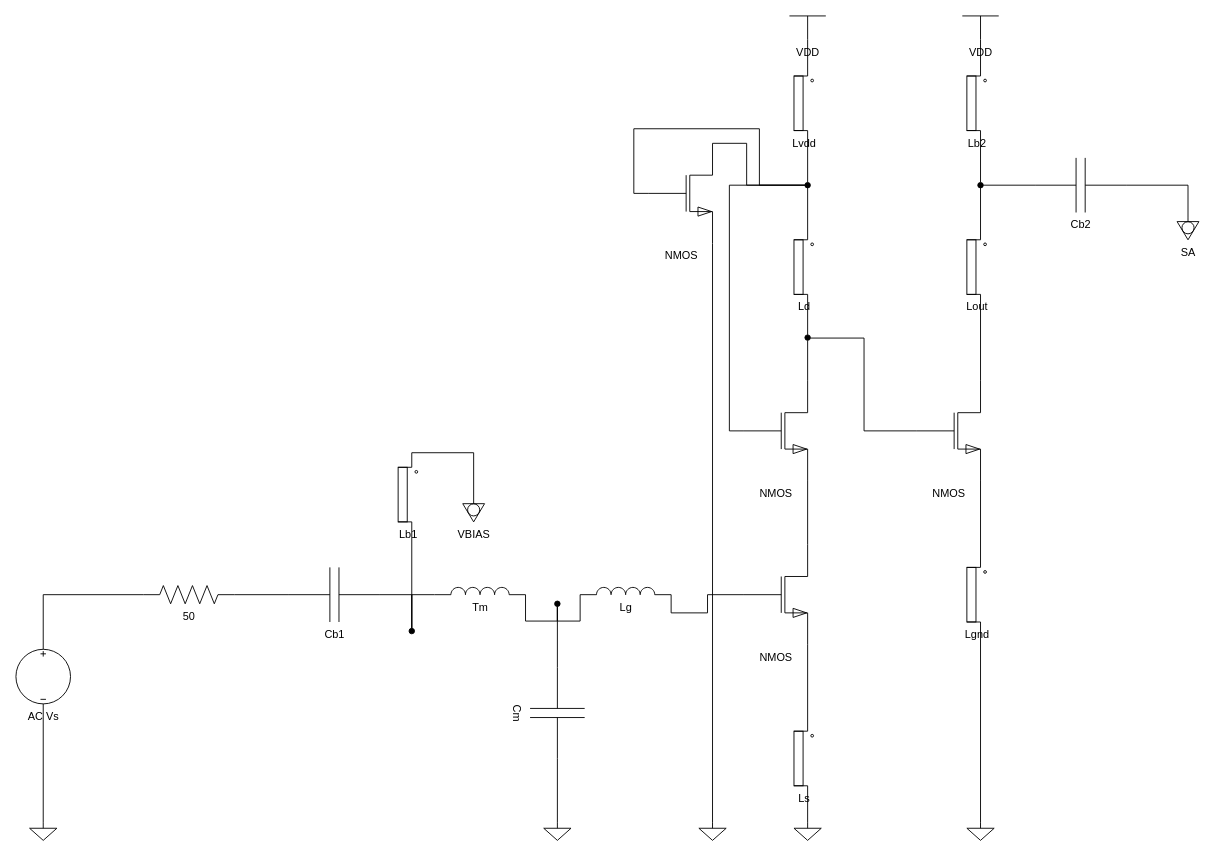
Before: api-server/training/e01-lna-complet/genere.drawio in courcirc8/drawio, a draw.io diagram. Source tidied: cells renumbered, new cells numbered last; positions are measured from the earlier drawing's top-left corner, leaving out a move shared by most shapes. Both pictures are drawn from the tidied source at 91%, with x=0, y=0 at pixel (15, 15).
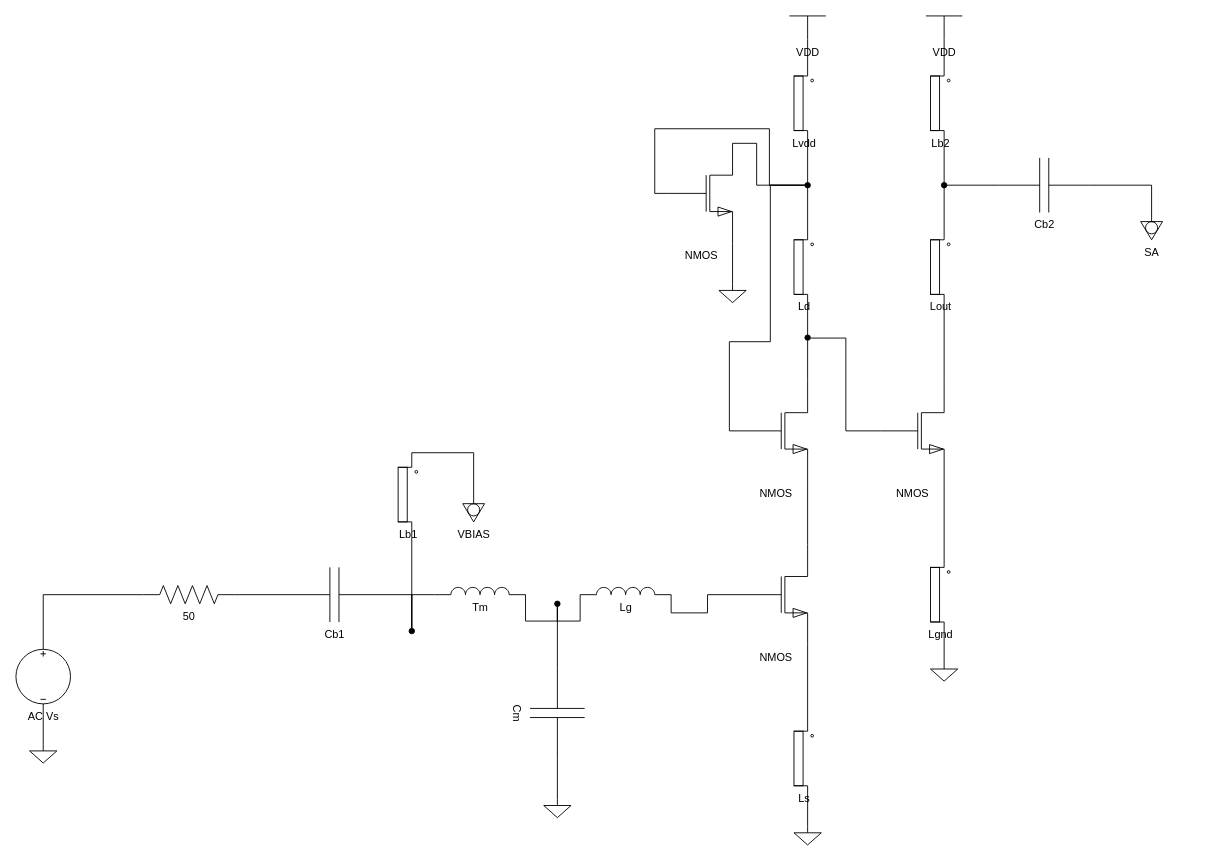
The same diagram, later.

Unchanged cells that the change refers to:
```xml
<mxCell id="4" value="NMOS" style="shape=mxgraph.electrical.transistors.nmos;html=1;verticalLabelPosition=bottom;verticalAlign=top;fillColor=none;strokeColor=default;" parent="1" vertex="1">
  <mxGeometry x="800" y="401" width="70" height="110" as="geometry" />
</mxCell>
<mxCell id="37" style="ellipse;fillColor=#000000;strokeColor=#000000;drawioApiJunction=1;" parent="1" vertex="1">
  <mxGeometry x="867" y="350.5" width="6" height="6" as="geometry" />
</mxCell>
<mxCell id="41" style="ellipse;fillColor=#000000;strokeColor=#000000;drawioApiJunction=1;" parent="1" vertex="1">
  <mxGeometry x="867" y="183" width="6" height="6" as="geometry" />
</mxCell>
```

What changed in the source:
```diff
@@
     <mxCell id="7" value="NMOS" style="shape=mxgraph.electrical.transistors.nmos;html=1;verticalLabelPosition=bottom;verticalAlign=top;fillColor=none;strokeColor=default;" parent="1" vertex="1">
-      <mxGeometry x="695.5" y="140" width="70" height="110" as="geometry" />
+      <mxGeometry x="717.5" y="140" width="70" height="110" as="geometry" />
     </mxCell>
     <mxCell id="8" value="NMOS" style="shape=mxgraph.electrical.transistors.nmos;html=1;verticalLabelPosition=bottom;verticalAlign=top;fillColor=none;strokeColor=default;" parent="1" vertex="1">
-      <mxGeometry x="990" y="401" width="70" height="110" as="geometry" />
+      <mxGeometry x="950" y="401" width="70" height="110" as="geometry" />
     </mxCell>
     <mxCell id="9" value="Lout" style="shape=mxgraph.electrical.inductors.inductor_2;html=1;verticalLabelPosition=bottom;verticalAlign=top;fillColor=none;strokeColor=default;" parent="1" vertex="1">
-      <mxGeometry x="1045" y="246" width="21.5" height="60" as="geometry" />
+      <mxGeometry x="1005" y="246" width="21.5" height="60" as="geometry" />
     </mxCell>
     <mxCell id="10" value="Lgnd" style="shape=mxgraph.electrical.inductors.inductor_2;html=1;verticalLabelPosition=bottom;verticalAlign=top;fillColor=none;strokeColor=default;" parent="1" vertex="1">
-      <mxGeometry x="1045" y="606" width="21.5" height="60" as="geometry" />
+      <mxGeometry x="1005" y="606" width="21.5" height="60" as="geometry" />
     </mxCell>
     <mxCell id="11" value="Lb2" style="shape=mxgraph.electrical.inductors.inductor_2;html=1;verticalLabelPosition=bottom;verticalAlign=top;fillColor=none;strokeColor=default;" parent="1" vertex="1">
-      <mxGeometry x="1045" y="66" width="21.5" height="60" as="geometry" />
+      <mxGeometry x="1005" y="66" width="21.5" height="60" as="geometry" />
     </mxCell>
@@
     <mxCell id="19" value="Cb2" style="shape=mxgraph.electrical.capacitors.capacitor_1;html=1;verticalLabelPosition=bottom;verticalAlign=top;fillColor=none;strokeColor=default;" parent="1" vertex="1">
-      <mxGeometry x="1120" y="156" width="100" height="60" as="geometry" />
+      <mxGeometry x="1080" y="156" width="100" height="60" as="geometry" />
     </mxCell>
     <mxCell id="20" style="shape=mxgraph.electrical.signal_sources.signal_ground;html=1;verticalLabelPosition=bottom;verticalAlign=top;fillColor=none;strokeColor=default;" parent="1" vertex="1">
-      <mxGeometry x="855" y="886" width="30" height="20" as="geometry" />
+      <mxGeometry x="855" y="891" width="30" height="20" as="geometry" />
     </mxCell>
@@
     <mxCell id="22" style="shape=mxgraph.electrical.signal_sources.signal_ground;html=1;verticalLabelPosition=bottom;verticalAlign=top;fillColor=none;strokeColor=default;" parent="1" vertex="1">
-      <mxGeometry x="750.5" y="886" width="30" height="20" as="geometry" />
+      <mxGeometry x="772.5" y="295" width="30" height="20" as="geometry" />
     </mxCell>
@@
     <mxCell id="24" style="shape=mxgraph.electrical.signal_sources.signal_ground;html=1;verticalLabelPosition=bottom;verticalAlign=top;fillColor=none;strokeColor=default;" parent="1" vertex="1">
-      <mxGeometry x="1045" y="886" width="30" height="20" as="geometry" />
+      <mxGeometry x="1005" y="711" width="30" height="20" as="geometry" />
     </mxCell>
@@
     <mxCell id="26" style="shape=mxgraph.electrical.signal_sources.signal_ground;html=1;verticalLabelPosition=bottom;verticalAlign=top;fillColor=none;strokeColor=default;" parent="1" vertex="1">
-      <mxGeometry x="580" y="886" width="30" height="20" as="geometry" />
+      <mxGeometry x="580" y="861" width="30" height="20" as="geometry" />
     </mxCell>
@@
     <mxCell id="28" style="shape=mxgraph.electrical.signal_sources.signal_ground;html=1;verticalLabelPosition=bottom;verticalAlign=top;fillColor=none;strokeColor=default;" parent="1" vertex="1">
-      <mxGeometry x="15" y="886" width="30" height="20" as="geometry" />
+      <mxGeometry x="15" y="801" width="30" height="20" as="geometry" />
     </mxCell>
@@
     <mxCell id="32" value="VDD" style="shape=mxgraph.electrical.signal_sources.vss2;html=1;verticalLabelPosition=bottom;verticalAlign=top;fillColor=none;strokeColor=default;" parent="1" vertex="1">
-      <mxGeometry x="1040" width="40" height="26" as="geometry" />
+      <mxGeometry x="1000" width="40" height="26" as="geometry" />
     </mxCell>
@@
     <mxCell id="40" style="edgeStyle=orthogonalEdgeStyle;rounded=0;html=1;jettySize=auto;endArrow=none;endFill=0;exitX=0;exitY=0.5;exitDx=0;exitDy=0;exitPerimeter=0;" parent="1" edge="1" source="8" target="37">
       <mxGeometry relative="1" as="geometry">
         <Array as="points">
-          <mxPoint x="932" y="456" />
-          <mxPoint x="932" y="354" />
+          <mxPoint x="912" y="456" />
+          <mxPoint x="912" y="354" />
         </Array>
       </mxGeometry>
     </mxCell>
@@
     <mxCell id="42" style="edgeStyle=orthogonalEdgeStyle;rounded=0;html=1;jettySize=auto;endArrow=none;endFill=0;exitX=0;exitY=0.5;exitDx=0;exitDy=0;exitPerimeter=0;" parent="1" edge="1" source="4" target="41">
       <mxGeometry relative="1" as="geometry">
         <Array as="points">
           <mxPoint x="784" y="456" />
-          <mxPoint x="784" y="186" />
+          <mxPoint x="784" y="358" />
+          <mxPoint x="829" y="358" />
+          <mxPoint x="829" y="186" />
         </Array>
       </mxGeometry>
     </mxCell>
@@
-    <mxCell id="45" style="edgeStyle=orthogonalEdgeStyle;rounded=0;html=1;jettySize=auto;endArrow=none;endFill=0;exitX=1;exitY=0;exitDx=0;exitDy=0;exitPerimeter=0;" parent="1" edge="1" source="7" target="41">
-      <mxGeometry relative="1" as="geometry">
-        <Array as="points">
-          <mxPoint x="803" y="140" />
-          <mxPoint x="803" y="186" />
-        </Array>
-      </mxGeometry>
-    </mxCell>
-    <mxCell id="46" style="edgeStyle=orthogonalEdgeStyle;rounded=0;html=1;jettySize=auto;endArrow=none;endFill=0;exitX=0;exitY=0.5;exitDx=0;exitDy=0;exitPerimeter=0;" parent="1" edge="1" source="7" target="41">
-      <mxGeometry relative="1" as="geometry">
-        <Array as="points">
-          <mxPoint x="679" y="195" />
-          <mxPoint x="679" y="124" />
-          <mxPoint x="817" y="124" />
-          <mxPoint x="817" y="186" />
-        </Array>
-      </mxGeometry>
-    </mxCell>
+    <mxCell id="67" style="edgeStyle=orthogonalEdgeStyle;rounded=0;html=1;jettySize=auto;endArrow=none;endFill=0;exitX=1;exitY=0;exitDx=0;exitDy=0;exitPerimeter=0;" parent="1" edge="1" source="7" target="41">
+      <mxGeometry relative="1" as="geometry">
+        <Array as="points">
+          <mxPoint x="814" y="140" />
+          <mxPoint x="814" y="186" />
+        </Array>
+      </mxGeometry>
+    </mxCell>
+    <mxCell id="68" style="edgeStyle=orthogonalEdgeStyle;rounded=0;html=1;jettySize=auto;endArrow=none;endFill=0;exitX=0;exitY=0.5;exitDx=0;exitDy=0;exitPerimeter=0;" parent="1" edge="1" source="7" target="41">
+      <mxGeometry relative="1" as="geometry">
+        <Array as="points">
+          <mxPoint x="702" y="195" />
+          <mxPoint x="702" y="124" />
+          <mxPoint x="828" y="124" />
+          <mxPoint x="828" y="186" />
+        </Array>
+      </mxGeometry>
+    </mxCell>
@@
     <mxCell id="49" style="ellipse;fillColor=#000000;strokeColor=#000000;drawioApiJunction=1;" parent="1" vertex="1">
-      <mxGeometry x="1057" y="183" width="6" height="6" as="geometry" />
+      <mxGeometry x="1017" y="183" width="6" height="6" as="geometry" />
     </mxCell>
@@
     <mxCell id="65" value="SA" style="shape=mxgraph.electrical.signal_sources.equipotential;html=1;verticalLabelPosition=bottom;verticalAlign=top;fillColor=none;strokeColor=default;" parent="1" vertex="1">
-      <mxGeometry x="1276" y="222" width="24" height="24" as="geometry" />
+      <mxGeometry x="1236" y="222" width="24" height="24" as="geometry" />
     </mxCell>
     <mxCell id="66" style="edgeStyle=orthogonalEdgeStyle;rounded=0;html=1;jettySize=auto;endArrow=none;endFill=0;exitX=0.5;exitY=0;exitDx=0;exitDy=0;exitPerimeter=0;entryX=1;entryY=0.5;entryDx=0;entryDy=0;entryPerimeter=0;" parent="1" edge="1" source="65" target="19">
       <mxGeometry relative="1" as="geometry">
         <Array as="points">
-          <mxPoint x="1288" y="186" />
+          <mxPoint x="1248" y="186" />
         </Array>
       </mxGeometry>
     </mxCell>
```
